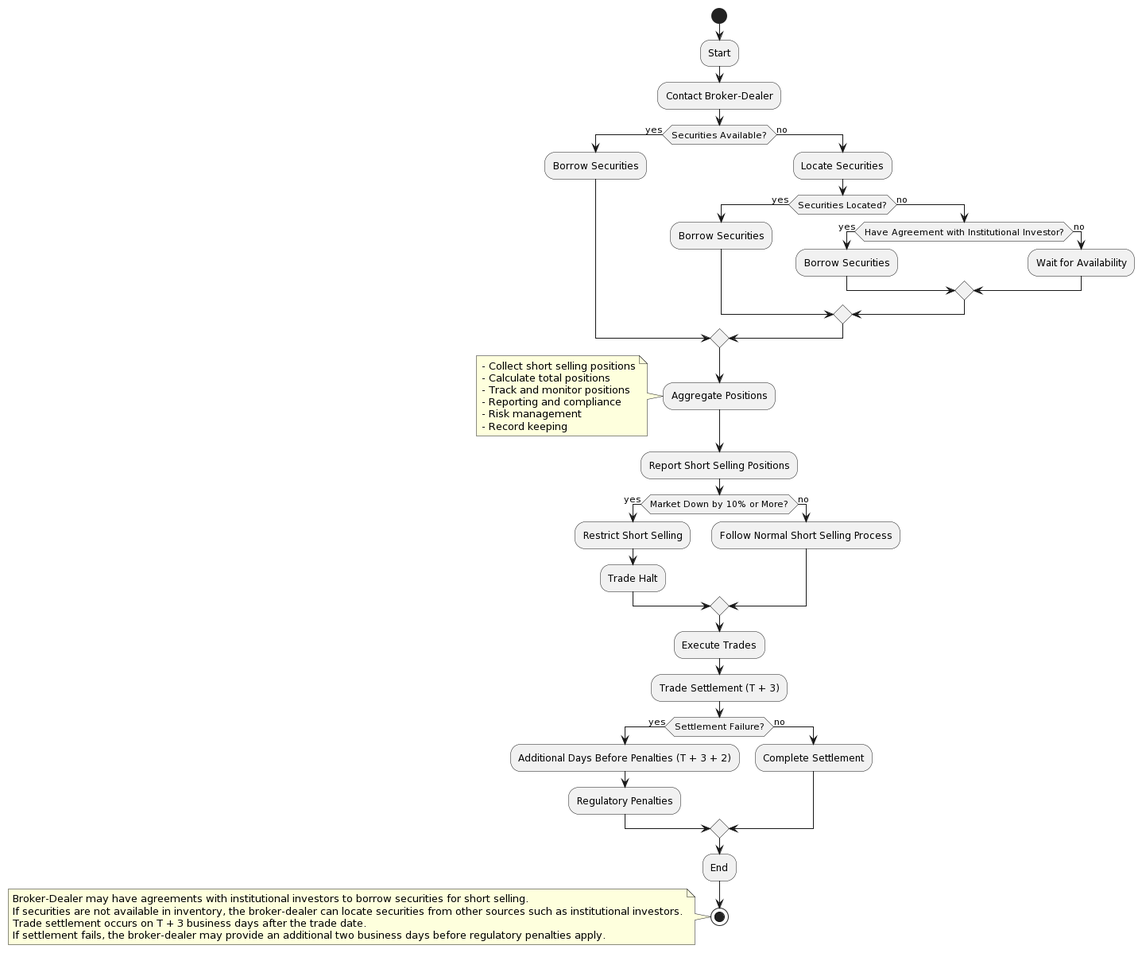
Above: 57/SS.png in ppatoria/SIE (PlantUML), before the change.
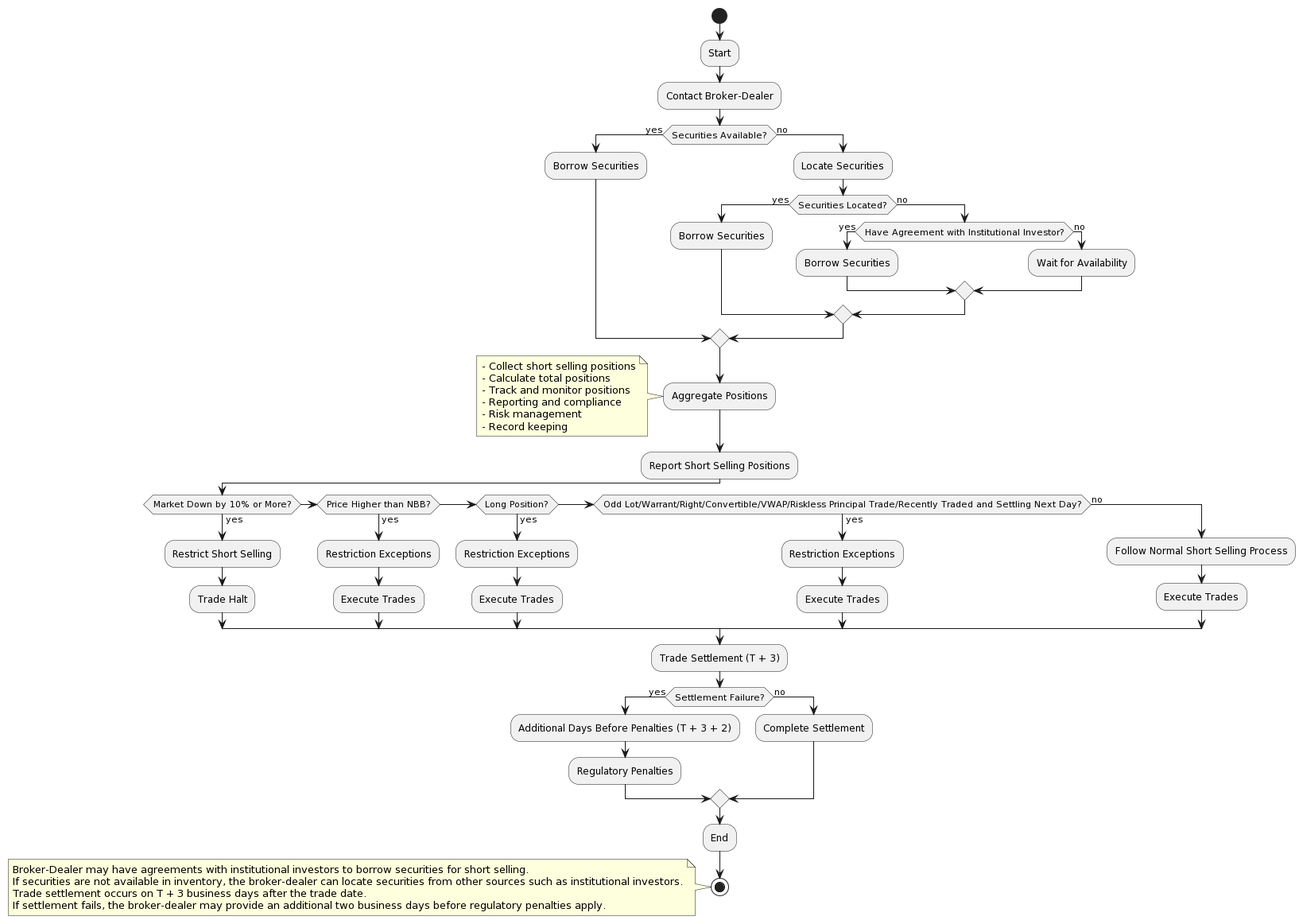
The same diagram one commit later.

Change to the diagram source:
```diff
@@ -29,10 +29,19 @@
 if (Market Down by 10% or More?) then (yes)
   :Restrict Short Selling;
   :Trade Halt;
+else if (Price Higher than NBB?) then (yes)
+  :Restriction Exceptions;
+  :Execute Trades;
+else if (Long Position?) then (yes)
+  :Restriction Exceptions;
+  :Execute Trades;
+else if (Odd Lot/Warrant/Right/Convertible/VWAP/Riskless Principal Trade/Recently Traded and Settling Next Day?) then (yes)
+  :Restriction Exceptions;
+  :Execute Trades;
 else (no)
   :Follow Normal Short Selling Process;
+  :Execute Trades;
 endif
-:Execute Trades;
 :Trade Settlement (T + 3);
 if (Settlement Failure?) then (yes)
   :Additional Days Before Penalties (T + 3 + 2);
```
